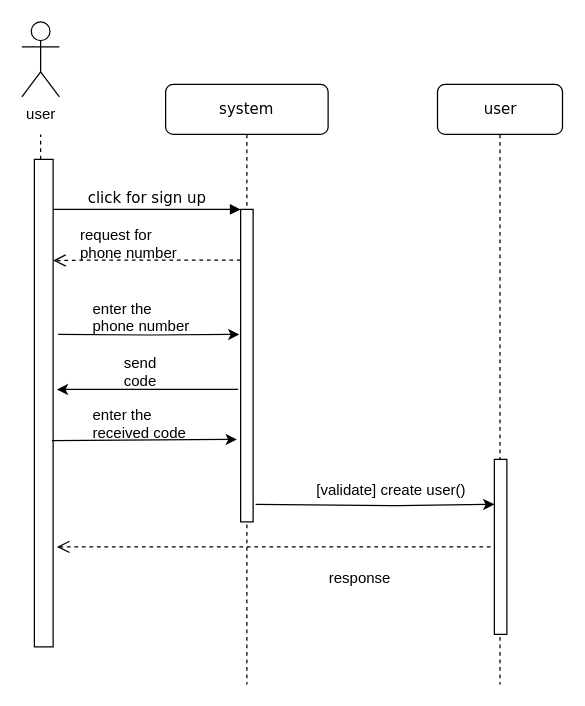
Earlier version of the draw.io diagram sequence/signup.drawio (aenad/iut_foods). Source tidied: cells renumbered, new cells numbered last; positions are measured from the earlier drawing's top-left corner, leaving out a move shared by most shapes. Both pictures are drawn from the tidied source at 125%, with x=0, y=0 at pixel (21, 21).
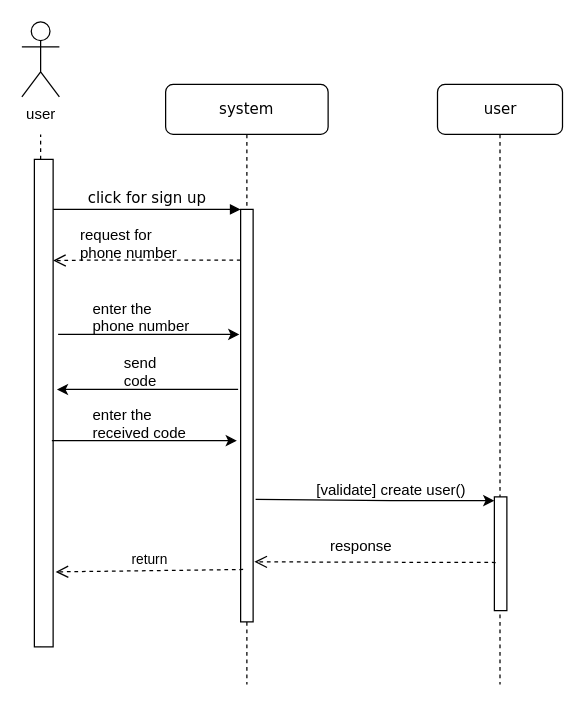
The same diagram, later.

Unchanged cells that the change refers to:
```xml
<mxCell id="2" value="&lt;div&gt;&lt;br&gt;&lt;/div&gt;&lt;div&gt;system &lt;br&gt;&lt;/div&gt;&lt;div&gt;&lt;br&gt;&lt;/div&gt;" style="shape=umlLifeline;perimeter=lifelinePerimeter;whiteSpace=wrap;html=1;rounded=1;shadow=0;comic=0;labelBackgroundColor=none;strokeColor=#000000;strokeWidth=1;fillColor=#FFFFFF;fontFamily=Verdana;fontSize=12;fontColor=#000000;align=center;" parent="1" vertex="1">
  <mxGeometry x="115" y="50" width="130" height="480" as="geometry" />
</mxCell>
<mxCell id="10" style="rounded=0;whiteSpace=wrap;html=1;" parent="1" vertex="1">
  <mxGeometry x="10" y="110" width="15" height="390" as="geometry" />
</mxCell>
```

What changed in the source:
```diff
@@
     <mxCell id="3" style="html=1;points=[];perimeter=orthogonalPerimeter;rounded=0;shadow=0;comic=0;labelBackgroundColor=none;strokeColor=#000000;strokeWidth=1;fillColor=#FFFFFF;fontFamily=Verdana;fontSize=12;fontColor=#000000;align=center;" parent="2" vertex="1">
-      <mxGeometry x="60" y="100" width="10" height="250" as="geometry" />
+      <mxGeometry x="60" y="100" width="10" height="330" as="geometry" />
     </mxCell>
@@
     <mxCell id="5" style="html=1;points=[];perimeter=orthogonalPerimeter;rounded=0;shadow=0;comic=0;labelBackgroundColor=none;strokeColor=#000000;strokeWidth=1;fillColor=#FFFFFF;fontFamily=Verdana;fontSize=12;fontColor=#000000;align=center;" parent="1" vertex="1">
-      <mxGeometry x="378" y="350" width="10" height="140" as="geometry" />
+      <mxGeometry x="378" y="380" width="10" height="91" as="geometry" />
     </mxCell>
@@
-    <mxCell id="9" style="edgeStyle=orthogonalEdgeStyle;rounded=0;jettySize=auto;html=1;entryX=-0.1;entryY=0.4;entryDx=0;entryDy=0;entryPerimeter=0;" parent="1" edge="1" target="3">
+    <mxCell id="9" style="edgeStyle=orthogonalEdgeStyle;rounded=0;orthogonalLoop=1;jettySize=auto;html=1;" parent="1" edge="1">
       <mxGeometry relative="1" as="geometry">
         <mxPoint x="29" y="250" as="sourcePoint" />
+        <mxPoint x="174" y="250" as="targetPoint" />
       </mxGeometry>
     </mxCell>
@@
     <mxCell id="13" value="response" style="text;html=1;align=left;verticalAlign=top;spacingTop=-4;" parent="1" vertex="1">
-      <mxGeometry x="244" y="435" width="60" height="20" as="geometry" />
+      <mxGeometry x="245" y="410" width="60" height="20" as="geometry" />
     </mxCell>
-    <mxCell id="14" style="html=1;verticalAlign=bottom;endArrow=open;dashed=1;endSize=8;" parent="1" edge="1">
-      <mxGeometry relative="1" as="geometry">
-        <mxPoint x="375" y="420" as="sourcePoint" />
-        <mxPoint x="28" y="420" as="targetPoint" />
-        <Array as="points">
-          <mxPoint x="235" y="420" />
-        </Array>
-      </mxGeometry>
-    </mxCell>
@@
-    <mxCell id="19" style="endArrow=classic;html=1;exitX=0.933;exitY=0.577;exitDx=0;exitDy=0;exitPerimeter=0;entryX=-0.3;entryY=0.736;entryDx=0;entryDy=0;entryPerimeter=0;" parent="1" edge="1" source="10" target="3">
-      <mxGeometry relative="1" as="geometry" />
+    <mxCell id="19" style="endArrow=classic;html=1;exitX=0.933;exitY=0.577;exitDx=0;exitDy=0;exitPerimeter=0;" parent="1" edge="1" source="10">
+      <mxGeometry relative="1" as="geometry">
+        <mxPoint x="172" y="335" as="targetPoint" />
+      </mxGeometry>
     </mxCell>
-    <mxCell id="20" style="endArrow=classic;html=1;entryX=0;entryY=0.257;entryDx=0;entryDy=0;entryPerimeter=0;" parent="1" edge="1" target="5">
+    <mxCell id="20" style="endArrow=classic;html=1;" parent="1" edge="1" target="5">
       <mxGeometry relative="1" as="geometry">
-        <mxPoint x="187" y="386" as="sourcePoint" />
+        <mxPoint x="187" y="382" as="sourcePoint" />
         <Array as="points">
-          <mxPoint x="305" y="387" />
+          <mxPoint x="305" y="383" />
         </Array>
       </mxGeometry>
     </mxCell>
@@
+    <mxCell id="22" style="html=1;verticalAlign=bottom;endArrow=open;dashed=1;endSize=8;entryX=1.1;entryY=0.921;entryDx=0;entryDy=0;entryPerimeter=0;" parent="1" edge="1">
+      <mxGeometry relative="1" as="geometry">
+        <mxPoint x="379" y="432.5" as="sourcePoint" />
+        <mxPoint x="186" y="432" as="targetPoint" />
+      </mxGeometry>
+    </mxCell>
+    <mxCell id="23" value="return" style="html=1;verticalAlign=bottom;endArrow=open;dashed=1;endSize=8;exitX=0.2;exitY=0.873;exitDx=0;exitDy=0;exitPerimeter=0;" parent="1" edge="1" source="3">
+      <mxGeometry relative="1" as="geometry">
+        <mxPoint x="27" y="440" as="targetPoint" />
+      </mxGeometry>
+    </mxCell>
```
